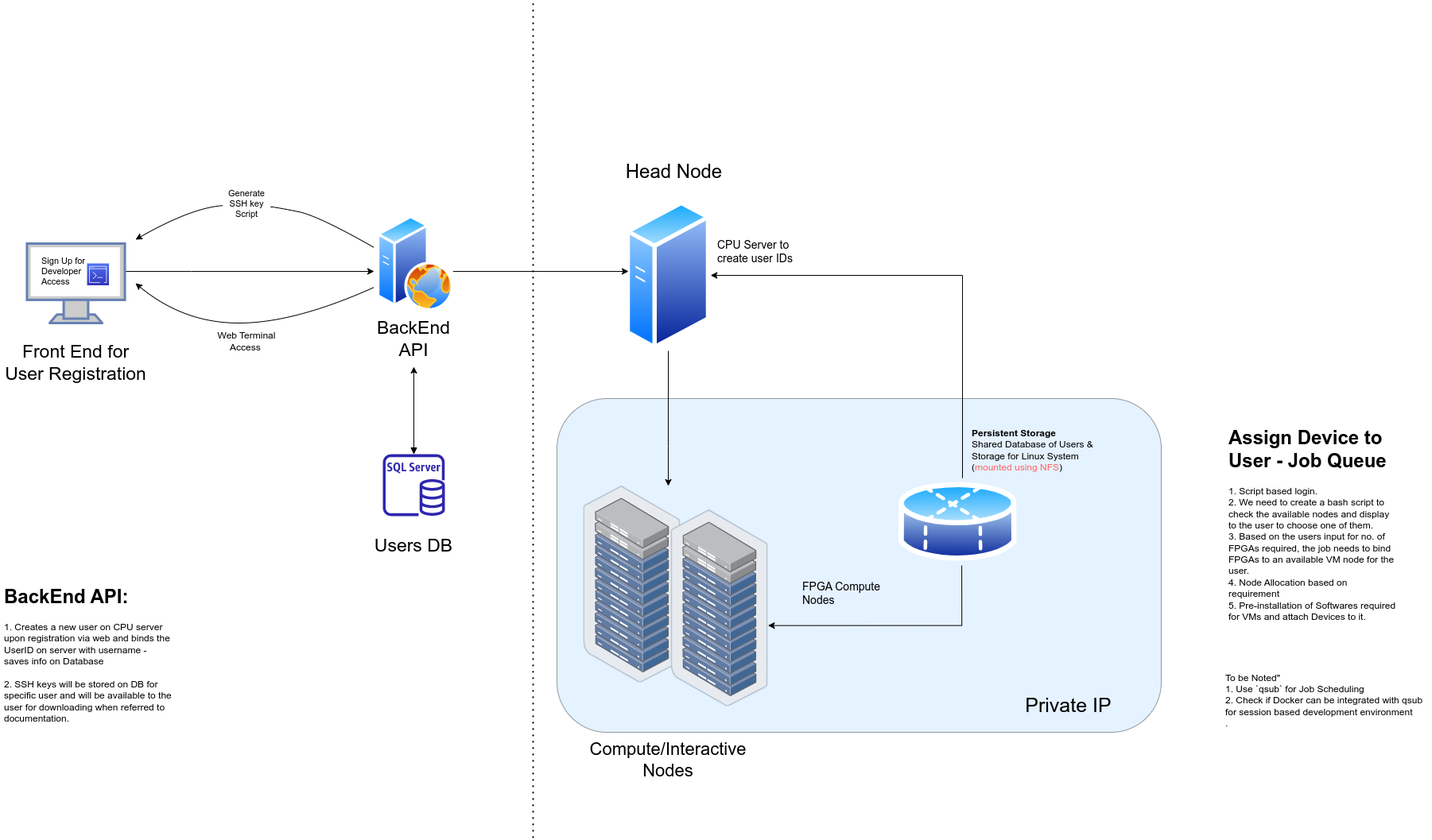
Earlier version of the draw.io export Intel DevCloud Flow.drawio.png (belanasaikiran/FlowCharts). Source tidied: cells renumbered, new cells last; positions are measured from the earlier drawing's top-left corner, leaving out a move shared by most shapes.
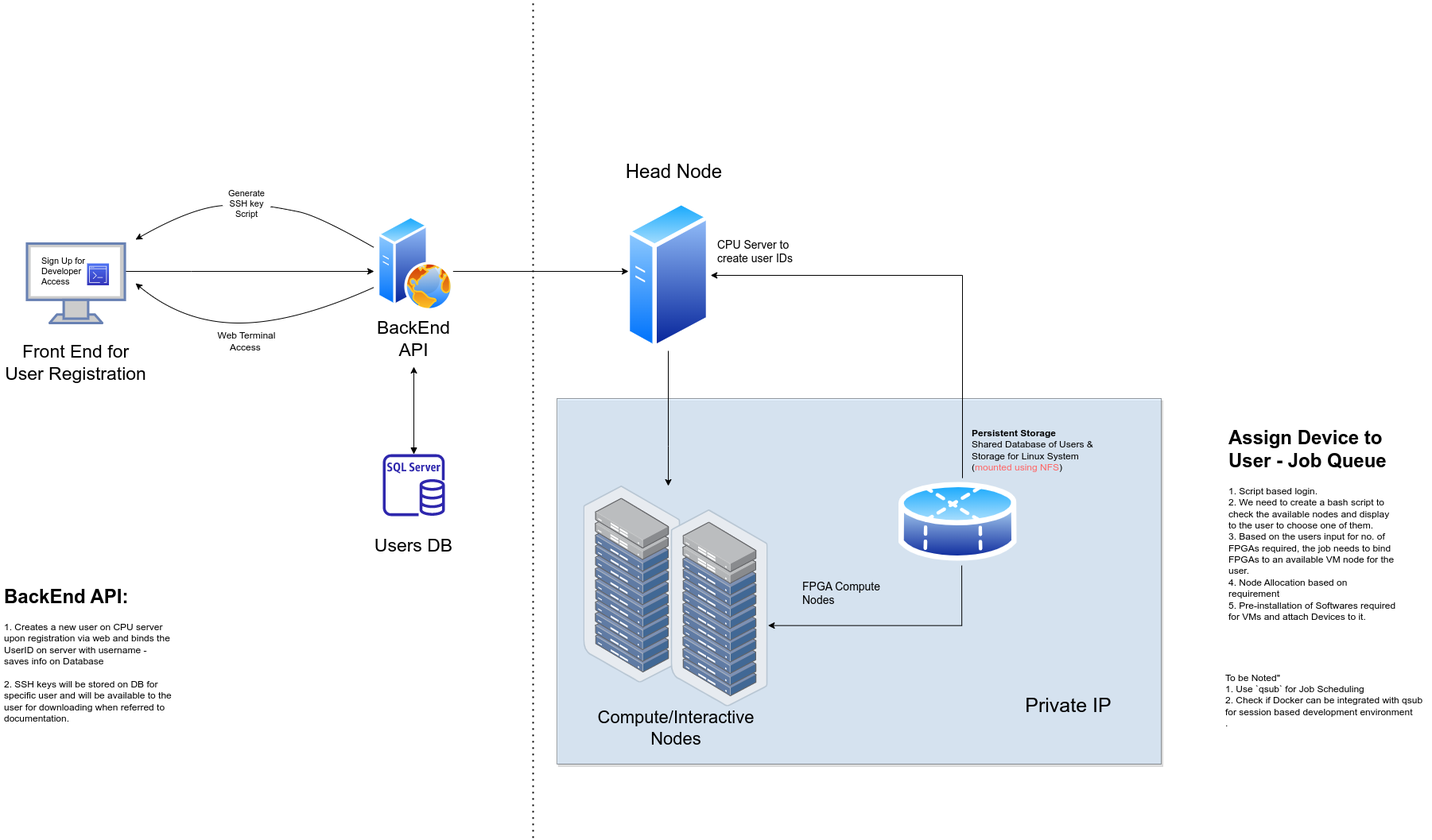
After the change.

Change to the diagram source:
```diff
@@ -57,8 +57,8 @@
     <mxCell id="15" style="group;" parent="1" vertex="1">
       <mxGeometry x="733.4" y="610" width="726.6" height="440" as="geometry" />
     </mxCell>
-    <mxCell id="16" style="rounded=1;whiteSpace=wrap;html=1;labelBackgroundColor=#824040;labelBorderColor=none;fontSize=14;opacity=50;fillColor=#cce5ff;strokeColor=#36393d;" parent="15" vertex="1">
-      <mxGeometry x="-33.4" y="-110" width="760" height="420" as="geometry" />
+    <mxCell id="16" style="rounded=0;whiteSpace=wrap;html=1;labelBackgroundColor=#824040;labelBorderColor=none;fontSize=14;opacity=50;glass=0;shadow=1;fillColor=#cce5ff;strokeColor=#36393d;" parent="15" vertex="1">
+      <mxGeometry x="-33.4" y="-110" width="760" height="460" as="geometry" />
     </mxCell>
     <mxCell id="17" style="points=[];html=1;align=center;shadow=0;dashed=0;image;image=img/lib/allied_telesis/storage/Datacenter_Server_Rack_ToR.svg;fontSize=11;" parent="15" vertex="1">
       <mxGeometry width="122.2" height="247.7" as="geometry" />
@@ -72,9 +72,12 @@
     <mxCell id="20" value="&lt;b&gt;Persistent Storage&lt;/b&gt;&lt;br&gt;Shared Database of Users &amp;amp; Storage for Linux System&amp;nbsp;&lt;br&gt;(&lt;font color=&quot;#ff6666&quot;&gt;mounted using NFS&lt;/font&gt;)" style="text;html=1;strokeColor=none;fillColor=none;align=left;verticalAlign=middle;whiteSpace=wrap;rounded=0;" parent="15" vertex="1">
       <mxGeometry x="486.6" y="-80" width="180" height="70" as="geometry" />
     </mxCell>
-    <mxCell id="21" value="&lt;font style=&quot;font-size: 25px;&quot;&gt;Private IP&lt;/font&gt;" style="text;html=1;strokeColor=none;fillColor=none;align=center;verticalAlign=middle;whiteSpace=wrap;rounded=0;fontSize=14;" parent="15" vertex="1">
+    <mxCell id="21" value="&lt;font style=&quot;font-size: 25px;&quot;&gt;Private IP&lt;/font&gt;" style="text;html=1;align=center;verticalAlign=middle;whiteSpace=wrap;rounded=0;fontSize=14;" parent="15" vertex="1">
       <mxGeometry x="553.2" y="260" width="113.4" height="30" as="geometry" />
     </mxCell>
+    <mxCell id="37" value="&lt;font style=&quot;font-size: 22px;&quot;&gt;Compute/Interactive Nodes&lt;/font&gt;" style="text;html=1;strokeColor=none;fillColor=none;align=center;verticalAlign=middle;whiteSpace=wrap;rounded=0;fontSize=22;" parent="15" vertex="1">
+      <mxGeometry x="46.6" y="290" width="140" height="30" as="geometry" />
+    </mxCell>
     <mxCell id="22" style="curved=1;endArrow=classic;html=1;rounded=0;fontSize=11;fontColor=default;startArrow=none;" parent="1" edge="1" source="24">
       <mxGeometry relative="1" as="geometry">
         <mxPoint x="170" y="300" as="targetPoint" />
@@ -146,9 +149,6 @@
     <mxCell id="36" value="&lt;font style=&quot;font-size: 24px;&quot;&gt;Head Node&lt;/font&gt;" style="text;html=1;strokeColor=none;fillColor=none;align=center;verticalAlign=middle;whiteSpace=wrap;rounded=0;" parent="1" vertex="1">
       <mxGeometry x="740" y="200" width="215" height="30" as="geometry" />
     </mxCell>
-    <mxCell id="37" value="&lt;font style=&quot;font-size: 22px;&quot;&gt;Compute/Interactive Nodes&lt;/font&gt;" style="text;html=1;strokeColor=none;fillColor=none;align=center;verticalAlign=middle;whiteSpace=wrap;rounded=0;fontSize=22;" parent="1" vertex="1">
-      <mxGeometry x="770" y="940" width="140" height="30" as="geometry" />
-    </mxCell>
     <mxCell id="38" value="CPU Server to create user IDs" style="text;html=1;strokeColor=none;fillColor=none;align=left;verticalAlign=middle;whiteSpace=wrap;rounded=0;fontSize=14;" parent="1" vertex="1">
       <mxGeometry x="900" y="300" width="116.8" height="30" as="geometry" />
     </mxCell>
```
